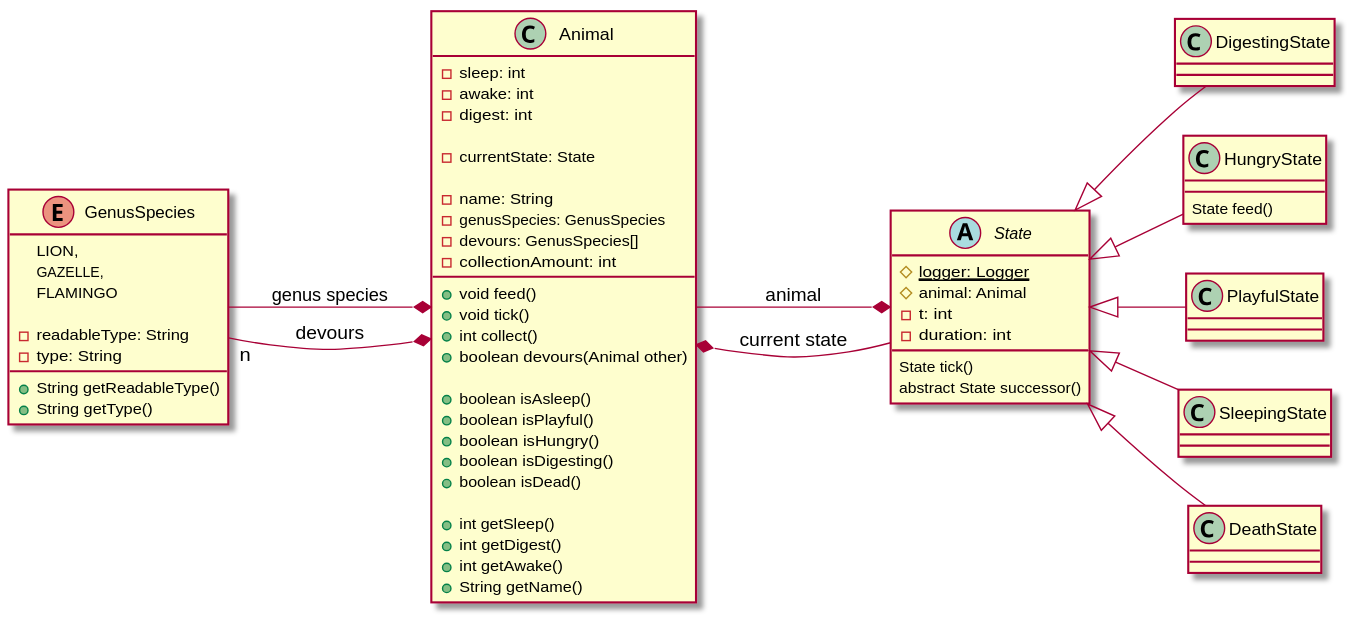
Before: assets/class-spec.svg, a diagram exported from PlantUML (studmuehmi7187/03-inheritance).
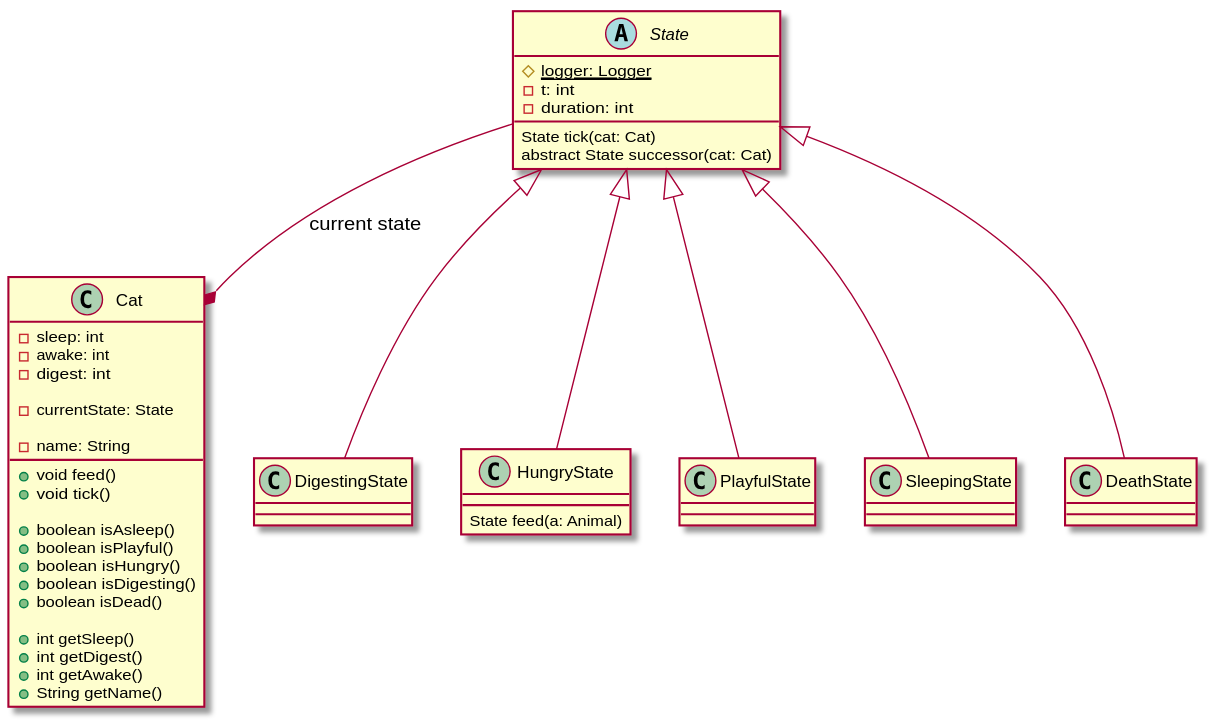
The same diagram one commit later.

The edit, as a diff of the source:
```diff
@@ -1,19 +1,6 @@
 @startuml
-left to right direction
-enum GenusSpecies {
 
-    LION,
-    GAZELLE,
-    FLAMINGO
-
-	-readableType: String
-    -type: String
-
-    +String getReadableType()
-    +String getType()
-}
-
-class Animal {
+class Cat {
 	-sleep: int
     -awake: int
     -digest: int
@@ -21,14 +8,9 @@
     -currentState: State
 
     -name: String
-    -genusSpecies: GenusSpecies
-    -devours: GenusSpecies[]
-    -collectionAmount: int
 
     +void feed()
     +void tick()
-    +int collect()
-    +boolean devours(Animal other)
 
     +boolean isAsleep()
     +boolean isPlayful()
@@ -44,18 +26,17 @@
 
 abstract class State {
 	#{static}logger: Logger
-    #animal: Animal
     -t: int
     -duration: int
-    State tick()
-    abstract State successor()
+    State tick(cat: Cat)
+    abstract State successor(cat: Cat)
 }
 
 class DigestingState extends State {
 }
 
 class HungryState extends State {
-    State feed()
+    State feed(a: Animal)
 }
 
 class PlayfulState extends State {
@@ -67,9 +48,6 @@
 class DeathState extends State {
 }
 
-State --* Animal : current state
-Animal --* State: animal
-GenusSpecies --* Animal: genus species
-GenusSpecies "n" --* Animal: devours
+State --* Cat : current state
 
 @enduml
```
